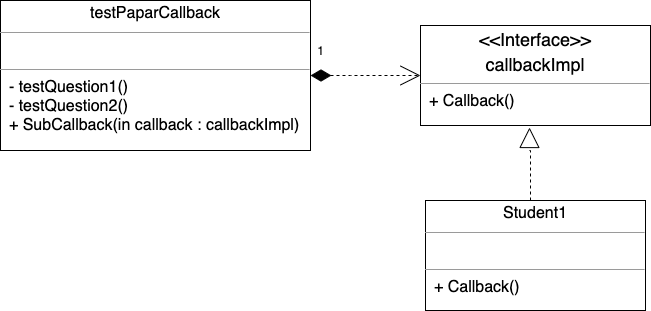
Earlier version of the draw.io export img/pattern-callback.png (boilingfrog/boilingfrog.github.io). Source tidied: cells renumbered, new cells last; positions are measured from the earlier drawing's top-left corner, leaving out a move shared by most shapes.
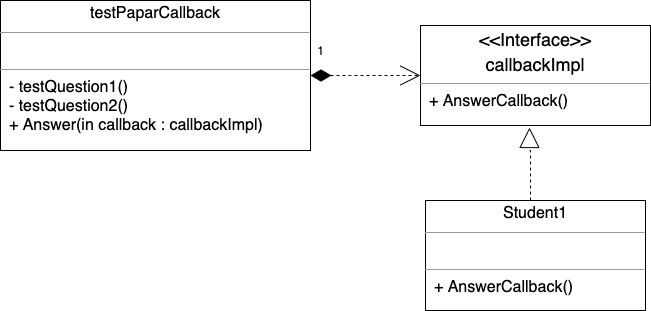
The same diagram one commit later.

Diff of the diagram source:
```diff
@@ -2,13 +2,13 @@
   <root>
     <mxCell id="0" />
     <mxCell id="1" parent="0" />
-    <mxCell id="2" value="&lt;p style=&quot;text-align: center ; margin: 4px 0px 0px&quot;&gt;&lt;span style=&quot;font-size: 16px&quot;&gt;testPaparCallback&lt;/span&gt;&lt;/p&gt;&lt;hr size=&quot;1&quot; style=&quot;font-size: 18px&quot;&gt;&lt;p style=&quot;margin: 0px 0px 0px 4px ; font-size: 16px&quot;&gt;&lt;span&gt;&amp;nbsp;&lt;/span&gt;&lt;br&gt;&lt;/p&gt;&lt;hr size=&quot;1&quot; style=&quot;font-size: 16px&quot;&gt;&lt;span style=&quot;font-size: 16px&quot;&gt;&amp;nbsp; -&lt;/span&gt;&lt;span style=&quot;font-size: 16px&quot;&gt;&amp;nbsp;testQuestion1()&lt;br&gt;&lt;/span&gt;&lt;span style=&quot;font-size: 16px&quot;&gt;&amp;nbsp; - testQuestion2()&lt;br&gt;&lt;/span&gt;&lt;span style=&quot;font-size: 16px&quot;&gt;&amp;nbsp; + SubCallback(in callback : callbackImpl)&lt;br&gt;&lt;/span&gt;&lt;span style=&quot;font-size: 16px&quot;&gt;&lt;br&gt;&lt;/span&gt;" style="verticalAlign=top;align=left;overflow=fill;fontSize=12;fontFamily=Helvetica;html=1;" parent="1" vertex="1">
+    <mxCell id="2" value="&lt;p style=&quot;text-align: center ; margin: 4px 0px 0px&quot;&gt;&lt;span style=&quot;font-size: 16px&quot;&gt;testPaparCallback&lt;/span&gt;&lt;/p&gt;&lt;hr size=&quot;1&quot; style=&quot;font-size: 18px&quot;&gt;&lt;p style=&quot;margin: 0px 0px 0px 4px ; font-size: 16px&quot;&gt;&lt;span&gt;&amp;nbsp;&lt;/span&gt;&lt;br&gt;&lt;/p&gt;&lt;hr size=&quot;1&quot; style=&quot;font-size: 16px&quot;&gt;&lt;span style=&quot;font-size: 16px&quot;&gt;&amp;nbsp; -&lt;/span&gt;&lt;span style=&quot;font-size: 16px&quot;&gt;&amp;nbsp;testQuestion1()&lt;br&gt;&lt;/span&gt;&lt;span style=&quot;font-size: 16px&quot;&gt;&amp;nbsp; - testQuestion2()&lt;br&gt;&lt;/span&gt;&lt;span style=&quot;font-size: 16px&quot;&gt;&amp;nbsp; + Answer(in callback : callbackImpl)&lt;br&gt;&lt;/span&gt;&lt;span style=&quot;font-size: 16px&quot;&gt;&lt;br&gt;&lt;/span&gt;" style="verticalAlign=top;align=left;overflow=fill;fontSize=12;fontFamily=Helvetica;html=1;" parent="1" vertex="1">
       <mxGeometry width="310" height="150" as="geometry" />
     </mxCell>
-    <mxCell id="3" value="&lt;p style=&quot;margin: 4px 0px 0px ; text-align: center ; font-size: 18px&quot;&gt;&amp;lt;&amp;lt;Interface&amp;gt;&amp;gt;&lt;/p&gt;&lt;p style=&quot;margin: 4px 0px 0px ; text-align: center ; font-size: 18px&quot;&gt;callbackImpl&lt;/p&gt;&lt;hr size=&quot;1&quot; style=&quot;font-size: 16px&quot;&gt;&lt;span style=&quot;font-size: 16px&quot;&gt;&amp;nbsp; + Callback()&lt;br&gt;&lt;/span&gt;&lt;span style=&quot;font-size: 16px&quot;&gt;&lt;br&gt;&lt;/span&gt;" style="verticalAlign=top;align=left;overflow=fill;fontSize=12;fontFamily=Helvetica;html=1;" parent="1" vertex="1">
+    <mxCell id="3" value="&lt;p style=&quot;margin: 4px 0px 0px ; text-align: center ; font-size: 18px&quot;&gt;&amp;lt;&amp;lt;Interface&amp;gt;&amp;gt;&lt;/p&gt;&lt;p style=&quot;margin: 4px 0px 0px ; text-align: center ; font-size: 18px&quot;&gt;callbackImpl&lt;/p&gt;&lt;hr size=&quot;1&quot; style=&quot;font-size: 16px&quot;&gt;&lt;span style=&quot;font-size: 16px&quot;&gt;&amp;nbsp; + AnswerCallback()&lt;br&gt;&lt;/span&gt;&lt;span style=&quot;font-size: 16px&quot;&gt;&lt;br&gt;&lt;/span&gt;" style="verticalAlign=top;align=left;overflow=fill;fontSize=12;fontFamily=Helvetica;html=1;" parent="1" vertex="1">
       <mxGeometry x="420" y="25" width="230" height="100" as="geometry" />
     </mxCell>
-    <mxCell id="4" value="&lt;p style=&quot;text-align: center ; margin: 4px 0px 0px&quot;&gt;&lt;span style=&quot;font-size: 16px&quot;&gt;Student1&lt;/span&gt;&lt;/p&gt;&lt;hr size=&quot;1&quot; style=&quot;font-size: 18px&quot;&gt;&lt;p style=&quot;margin: 0px 0px 0px 4px ; font-size: 16px&quot;&gt;&lt;/p&gt;&lt;span style=&quot;font-size: 16px ; text-align: center&quot;&gt;&amp;nbsp;&amp;nbsp;&lt;/span&gt;&lt;hr size=&quot;1&quot; style=&quot;font-size: 16px&quot;&gt;&lt;span style=&quot;font-size: 16px&quot;&gt;&amp;nbsp; + Callback()&lt;/span&gt;&lt;br style=&quot;font-size: 16px&quot;&gt;&lt;span style=&quot;font-size: 16px&quot;&gt;&lt;br&gt;&lt;/span&gt;" style="verticalAlign=top;align=left;overflow=fill;fontSize=12;fontFamily=Helvetica;html=1;" parent="1" vertex="1">
+    <mxCell id="4" value="&lt;p style=&quot;text-align: center ; margin: 4px 0px 0px&quot;&gt;&lt;span style=&quot;font-size: 16px&quot;&gt;Student1&lt;/span&gt;&lt;/p&gt;&lt;hr size=&quot;1&quot; style=&quot;font-size: 18px&quot;&gt;&lt;p style=&quot;margin: 0px 0px 0px 4px ; font-size: 16px&quot;&gt;&lt;/p&gt;&lt;span style=&quot;font-size: 16px ; text-align: center&quot;&gt;&amp;nbsp;&amp;nbsp;&lt;/span&gt;&lt;hr size=&quot;1&quot; style=&quot;font-size: 16px&quot;&gt;&lt;span style=&quot;font-size: 16px&quot;&gt;&amp;nbsp; +&amp;nbsp;&lt;/span&gt;&lt;span style=&quot;font-size: 16px&quot;&gt;AnswerCallback&lt;/span&gt;&lt;span style=&quot;font-size: 16px&quot;&gt;()&lt;/span&gt;&lt;br style=&quot;font-size: 16px&quot;&gt;&lt;span style=&quot;font-size: 16px&quot;&gt;&lt;br&gt;&lt;/span&gt;" style="verticalAlign=top;align=left;overflow=fill;fontSize=12;fontFamily=Helvetica;html=1;" parent="1" vertex="1">
       <mxGeometry x="425" y="200" width="220" height="110" as="geometry" />
     </mxCell>
     <mxCell id="5" value="1" style="text;html=1;align=center;verticalAlign=middle;strokeColor=none;" parent="1" vertex="1">
```
